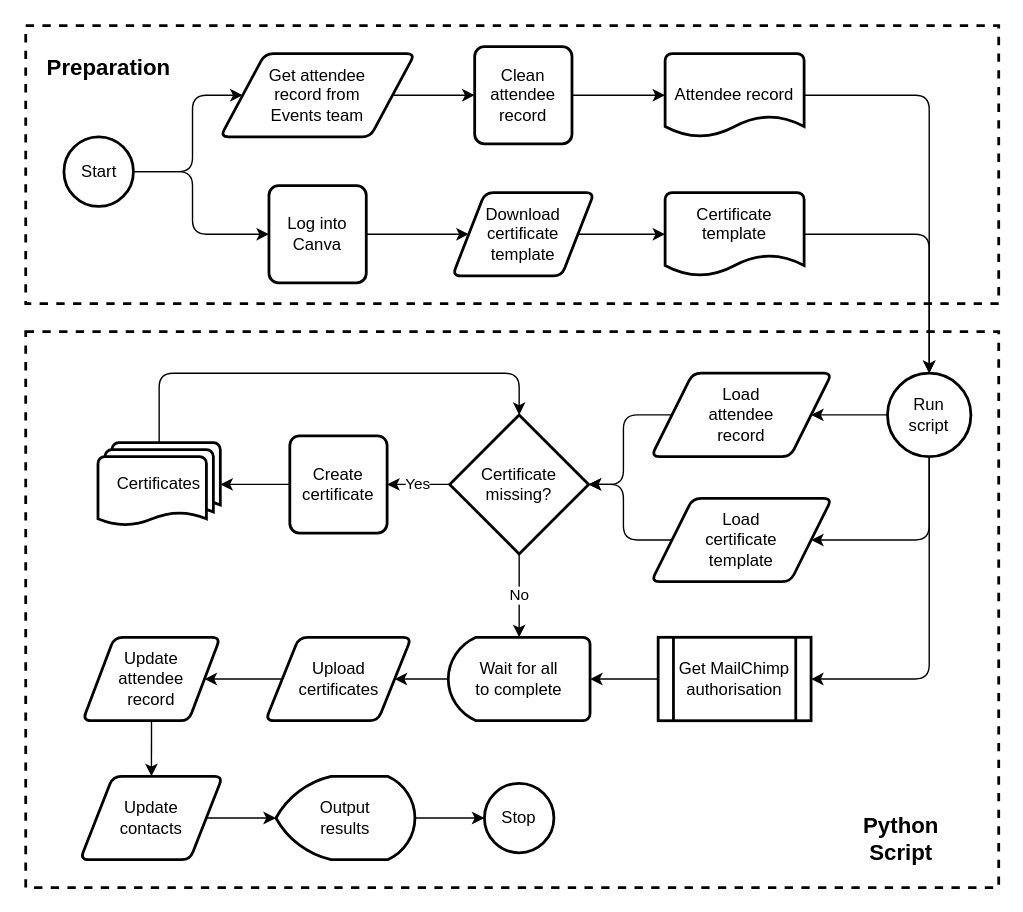
rehaabsyed/CertificateAutomater keeps this draw.io diagram as docs/kickstart/figures/new_solution.drawio. Above is the earlier version. Source tidied: cells renumbered, new cells numbered last; positions are measured from the earlier drawing's top-left corner, leaving out a move shared by most shapes. Both pictures are drawn from the tidied source at 139%, with x=0, y=0 at pixel (25, 25).
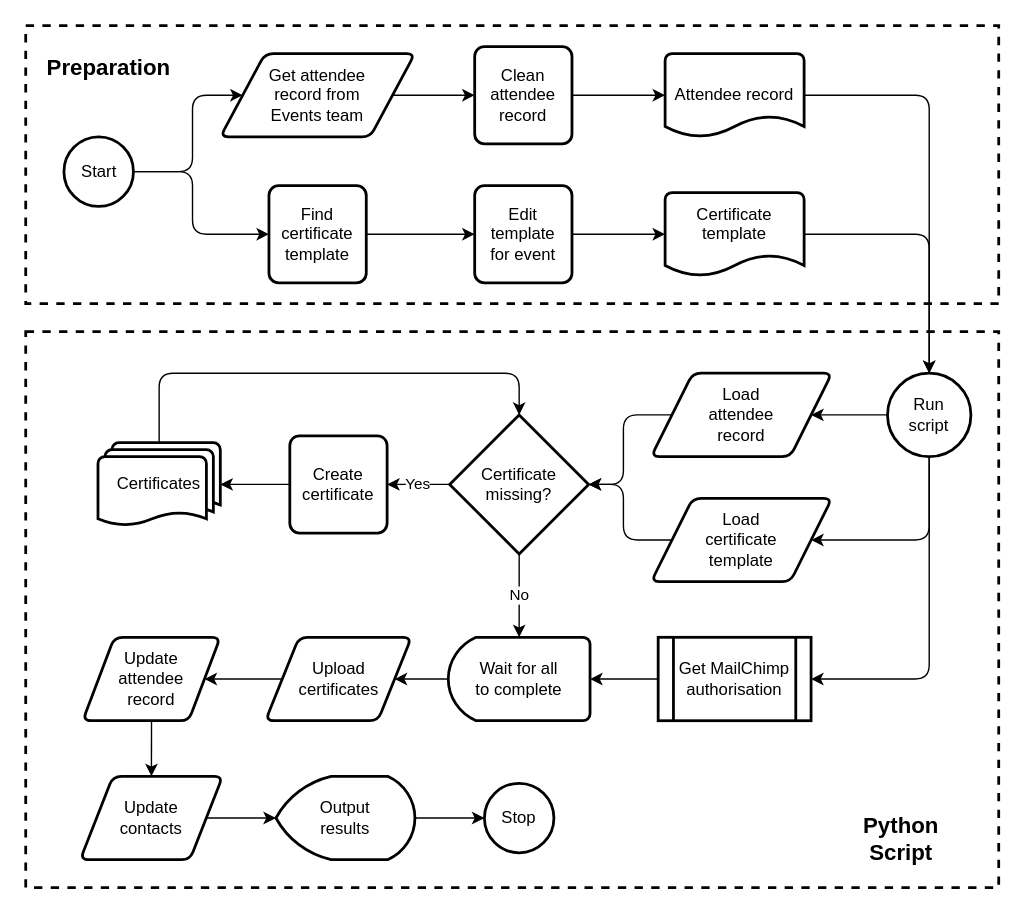
The same page after the edit.

Unchanged cells that the change refers to:
```xml
<mxCell id="14" value="Certificate&lt;br&gt;template&lt;br&gt;&amp;nbsp;" style="strokeWidth=2;html=1;shape=mxgraph.flowchart.document2;whiteSpace=wrap;size=0.25;rounded=1;" parent="1" vertex="1">
  <mxGeometry x="460" y="120" width="100" height="60" as="geometry" />
</mxCell>
```

Diff of the diagram source:
```diff
@@
-    <mxCell id="10" style="endArrow=classic;html=1;entryX=0;entryY=0.5;entryDx=0;entryDy=0;exitX=1;exitY=0.5;exitDx=0;exitDy=0;" parent="1" edge="1" source="12" target="11">
+    <mxCell id="10" style="endArrow=classic;html=1;exitX=1;exitY=0.5;exitDx=0;exitDy=0;entryX=0;entryY=0.5;entryDx=0;entryDy=0;" parent="1" edge="1" source="12" target="49">
       <mxGeometry relative="1" as="geometry" />
     </mxCell>
-    <mxCell id="11" value="Download&lt;br&gt;certificate&lt;br&gt;template" style="shape=parallelogram;html=1;strokeWidth=2;perimeter=parallelogramPerimeter;whiteSpace=wrap;arcSize=12;size=0.23;rounded=1;" parent="1" vertex="1">
-      <mxGeometry x="307" y="120" width="102" height="60" as="geometry" />
-    </mxCell>
-    <mxCell id="12" value="Log into&lt;br&gt;Canva" style="whiteSpace=wrap;html=1;absoluteArcSize=1;arcSize=14;strokeWidth=2;rounded=1;" parent="1" vertex="1">
+    <mxCell id="12" value="Find certificate&lt;br&gt;template" style="whiteSpace=wrap;html=1;absoluteArcSize=1;arcSize=14;strokeWidth=2;rounded=1;" parent="1" vertex="1">
       <mxGeometry x="175" y="115" width="70" height="70" as="geometry" />
     </mxCell>
@@
-    <mxCell id="16" style="endArrow=classic;html=1;entryX=0;entryY=0.5;entryDx=0;entryDy=0;entryPerimeter=0;exitX=1;exitY=0.5;exitDx=0;exitDy=0;" parent="1" edge="1" source="11" target="14">
+    <mxCell id="16" style="endArrow=classic;html=1;entryX=0;entryY=0.5;entryDx=0;entryDy=0;entryPerimeter=0;exitX=1;exitY=0.5;exitDx=0;exitDy=0;" parent="1" edge="1" source="49" target="14">
       <mxGeometry relative="1" as="geometry" />
     </mxCell>
@@
+    <mxCell id="49" value="Edit template&lt;br&gt;for event" style="whiteSpace=wrap;html=1;absoluteArcSize=1;arcSize=14;strokeWidth=2;rounded=1;" parent="1" vertex="1">
+      <mxGeometry x="323" y="115" width="70" height="70" as="geometry" />
+    </mxCell>
```
